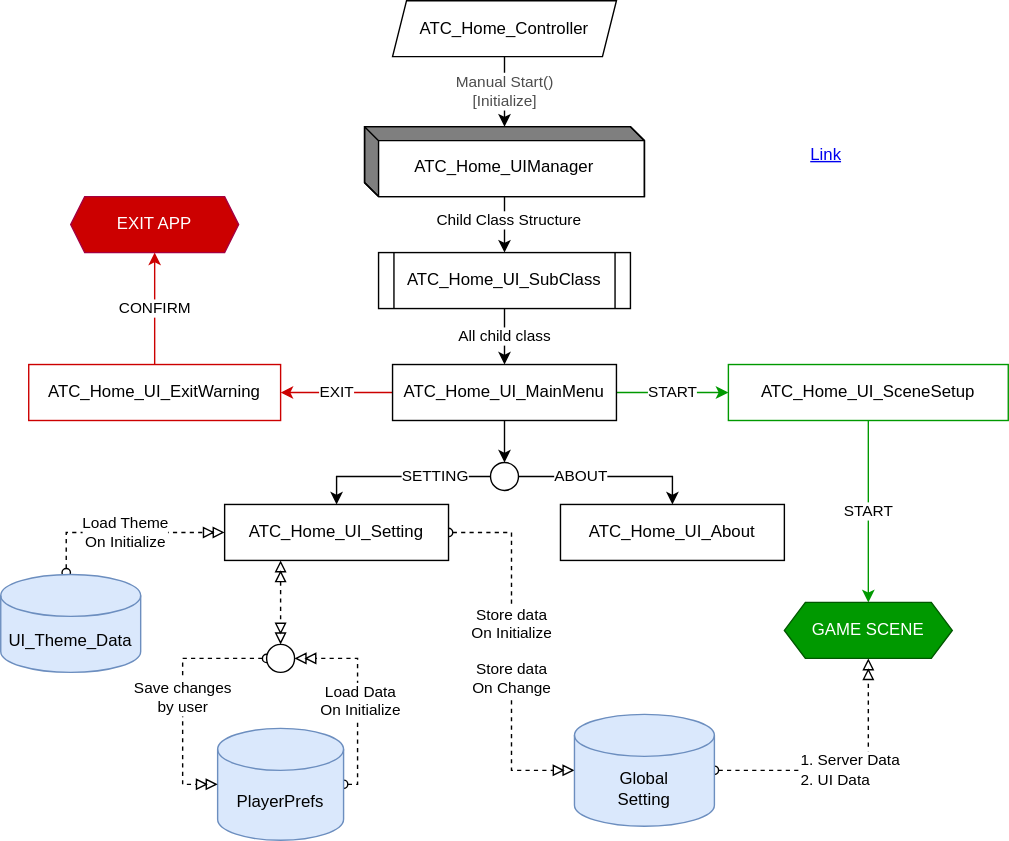
The draw.io diagram Assets/Script/ATC_Home/Flow_Chart.drawio.svg in sabbirahmedsr/BAF-ATC-Test-UI-Toolkit-Operator-URP-U.6.1, before a commit. Source tidied: cells renumbered, new cells last; positions are measured from the earlier drawing's top-left corner, leaving out a move shared by most shapes.
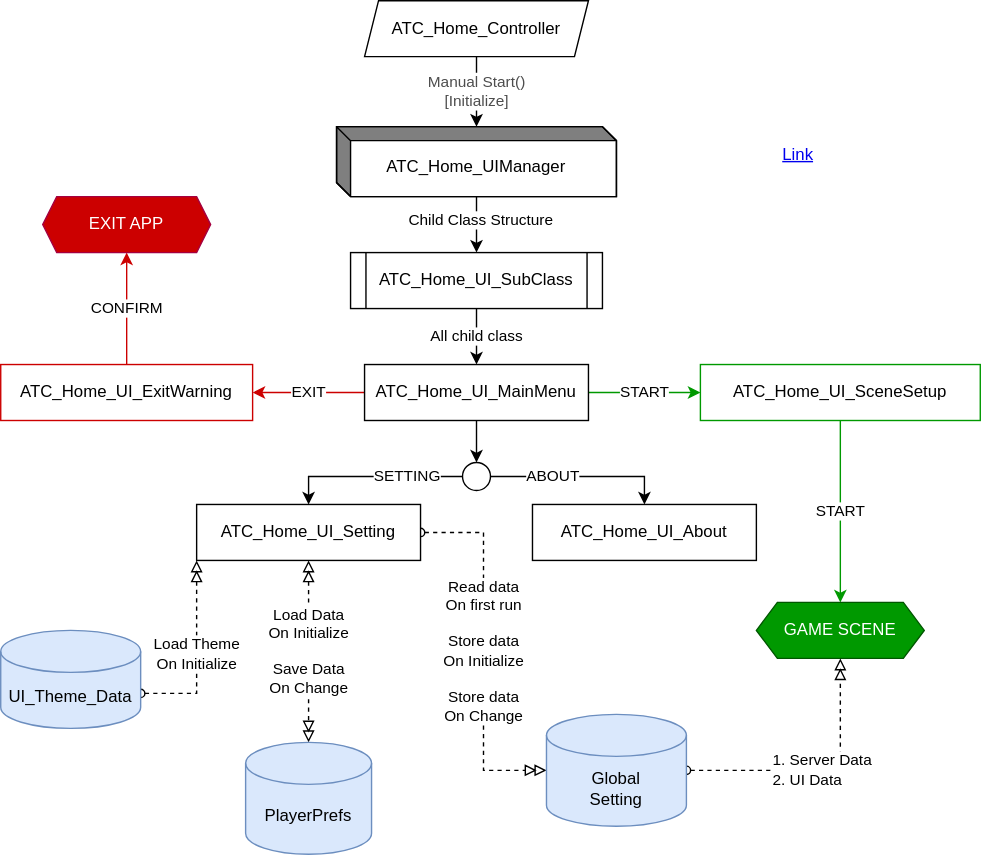
Above is the later version.

Change to the diagram source:
```diff
@@ -35,10 +35,10 @@
     <mxCell id="12" value="ATC_Home_UI_SceneSetup" style="rounded=0;whiteSpace=wrap;html=1;strokeColor=#009900;" parent="1" vertex="1">
       <mxGeometry x="520" y="260" width="200" height="40" as="geometry" />
     </mxCell>
-    <mxCell id="13" value="Store data&lt;div&gt;On Initialize&lt;/div&gt;&lt;div&gt;&lt;br&gt;&lt;/div&gt;&lt;div&gt;Store data&lt;/div&gt;&lt;div&gt;On Change&lt;/div&gt;" style="edgeStyle=elbowEdgeStyle;html=1;rounded=0;dashed=1;verticalAlign=middle;flowAnimation=0;startArrow=oval;startFill=0;endArrow=doubleBlock;endFill=0;" parent="1" edge="1" source="15" target="27">
+    <mxCell id="13" value="&lt;div&gt;Read data&lt;/div&gt;&lt;div&gt;On first run&lt;/div&gt;&lt;div&gt;&lt;br&gt;&lt;/div&gt;Store data&lt;div&gt;On Initialize&lt;/div&gt;&lt;div&gt;&lt;br&gt;&lt;/div&gt;&lt;div&gt;Store data&lt;/div&gt;&lt;div&gt;On Change&lt;/div&gt;" style="edgeStyle=elbowEdgeStyle;html=1;rounded=0;dashed=1;verticalAlign=middle;flowAnimation=0;startArrow=oval;startFill=0;endArrow=doubleBlock;endFill=0;" parent="1" edge="1" source="15" target="27">
       <mxGeometry relative="1" as="geometry" />
     </mxCell>
-    <mxCell id="14" style="edgeStyle=orthogonalEdgeStyle;shape=connector;curved=0;rounded=0;html=1;entryX=0.5;entryY=0;entryDx=0;entryDy=0;strokeColor=default;align=center;verticalAlign=middle;fontFamily=Helvetica;fontSize=11;fontColor=default;labelBackgroundColor=default;endArrow=doubleBlock;exitX=0.25;exitY=1;exitDx=0;exitDy=0;dashed=1;startArrow=doubleBlock;startFill=0;endFill=0;" parent="1" edge="1" source="15" target="32">
+    <mxCell id="14" value="Load Data&lt;div&gt;On Initialize&lt;/div&gt;&lt;div&gt;&lt;br&gt;&lt;/div&gt;&lt;div&gt;Save Data&lt;/div&gt;&lt;div&gt;On Change&lt;/div&gt;" style="edgeStyle=orthogonalEdgeStyle;shape=connector;curved=0;rounded=0;html=1;entryX=0.5;entryY=0;entryDx=0;entryDy=0;strokeColor=default;align=center;verticalAlign=middle;fontFamily=Helvetica;fontSize=11;fontColor=default;labelBackgroundColor=default;endArrow=doubleBlock;exitX=0.5;exitY=1;exitDx=0;exitDy=0;dashed=1;startArrow=doubleBlock;startFill=0;endFill=0;entryPerimeter=0;" parent="1" edge="1" source="15" target="30">
       <mxGeometry relative="1" as="geometry" />
     </mxCell>
     <mxCell id="15" value="ATC_Home_UI_Setting" style="rounded=0;whiteSpace=wrap;html=1;" parent="1" vertex="1">
@@ -80,34 +80,14 @@
     <mxCell id="27" value="Global&lt;div&gt;Setting&lt;/div&gt;" style="shape=cylinder3;whiteSpace=wrap;html=1;boundedLbl=1;backgroundOutline=1;size=15;fillColor=#dae8fc;strokeColor=#6c8ebf;verticalAlign=middle;" parent="1" vertex="1">
       <mxGeometry x="410" y="510" width="100" height="80" as="geometry" />
     </mxCell>
-    <mxCell id="28" style="edgeStyle=orthogonalEdgeStyle;html=1;entryX=1;entryY=0.5;entryDx=0;entryDy=0;exitX=1;exitY=0.5;exitDx=0;exitDy=0;exitPerimeter=0;rounded=0;elbow=vertical;horizontal=1;flowAnimation=0;dashed=1;startArrow=oval;startFill=0;endArrow=doubleBlock;endFill=0;verticalAlign=bottom;align=right;labelPosition=left;verticalLabelPosition=top;" parent="1" edge="1" source="30" target="32">
-      <mxGeometry relative="1" as="geometry" />
-    </mxCell>
-    <mxCell id="29" value="Load Data&lt;div&gt;On Initialize&lt;/div&gt;" style="edgeLabel;html=1;align=center;verticalAlign=bottom;" parent="28" vertex="1">
-      <mxGeometry x="-0.24" y="-1" relative="1" as="geometry" />
-    </mxCell>
     <mxCell id="30" value="PlayerPrefs" style="shape=cylinder3;whiteSpace=wrap;html=1;boundedLbl=1;backgroundOutline=1;size=15;fillColor=#dae8fc;strokeColor=#6c8ebf;" parent="1" vertex="1">
-      <mxGeometry x="155" y="520" width="90" height="80" as="geometry" />
+      <mxGeometry x="195" y="530" width="90" height="80" as="geometry" />
     </mxCell>
-    <mxCell id="31" value="&lt;span style=&quot;color: rgb(0, 0, 0);&quot;&gt;Save changes&lt;/span&gt;&lt;div&gt;&lt;span style=&quot;background-color: light-dark(#ffffff, var(--ge-dark-color, #121212));&quot;&gt;by user&lt;/span&gt;&lt;/div&gt;" style="edgeStyle=elbowEdgeStyle;shape=connector;rounded=0;html=1;entryX=0;entryY=0.5;entryDx=0;entryDy=0;entryPerimeter=0;strokeColor=default;align=center;verticalAlign=middle;fontFamily=Helvetica;fontSize=11;fontColor=default;labelBackgroundColor=default;endArrow=doubleBlock;jumpStyle=none;dashed=1;startArrow=oval;startFill=0;endFill=0;" parent="1" edge="1" source="32" target="30">
-      <mxGeometry relative="1" as="geometry">
-        <Array as="points">
-          <mxPoint x="130" y="530" />
-        </Array>
-      </mxGeometry>
-    </mxCell>
-    <mxCell id="32" style="shape=ellipse;html=1;dashed=0;whiteSpace=wrap;perimeter=ellipsePerimeter;fontFamily=Helvetica;fontSize=11;fontColor=default;labelBackgroundColor=default;" parent="1" vertex="1">
-      <mxGeometry x="190" y="460" width="20" height="20" as="geometry" />
-    </mxCell>
-    <mxCell id="33" value="Load Theme&lt;div&gt;On Initialize&lt;/div&gt;" style="shape=connector;rounded=0;html=1;strokeColor=default;align=center;verticalAlign=middle;fontFamily=Helvetica;fontSize=11;fontColor=default;labelBackgroundColor=default;endArrow=doubleBlock;exitX=0.468;exitY=-0.018;exitDx=0;exitDy=0;exitPerimeter=0;entryX=0;entryY=0.5;entryDx=0;entryDy=0;elbow=vertical;edgeStyle=elbowEdgeStyle;dashed=1;jumpStyle=none;startArrow=oval;startFill=0;endFill=0;" parent="1" edge="1" source="34" target="15">
-      <mxGeometry relative="1" as="geometry">
-        <Array as="points">
-          <mxPoint x="36" y="380" />
-        </Array>
-      </mxGeometry>
+    <mxCell id="33" value="Load Theme&lt;div&gt;On Initialize&lt;/div&gt;" style="shape=connector;rounded=0;html=1;strokeColor=default;align=center;verticalAlign=middle;fontFamily=Helvetica;fontSize=11;fontColor=default;labelBackgroundColor=default;endArrow=doubleBlock;exitX=1;exitY=0;exitDx=0;exitDy=45;exitPerimeter=0;entryX=0;entryY=1;entryDx=0;entryDy=0;elbow=vertical;edgeStyle=orthogonalEdgeStyle;dashed=1;jumpStyle=none;startArrow=oval;startFill=0;endFill=0;" parent="1" edge="1" source="34" target="15">
+      <mxGeometry relative="1" as="geometry" />
     </mxCell>
     <mxCell id="34" value="UI_Theme_Data" style="shape=cylinder3;whiteSpace=wrap;html=1;boundedLbl=1;backgroundOutline=1;size=15;fillColor=#dae8fc;strokeColor=#6c8ebf;verticalAlign=middle;" parent="1" vertex="1">
-      <mxGeometry y="410" width="100" height="70" as="geometry" />
+      <mxGeometry x="20" y="450" width="100" height="70" as="geometry" />
     </mxCell>
     <mxCell id="35" value="Link" style="text;html=1;strokeColor=none;fillColor=none;whiteSpace=wrap;align=center;verticalAlign=middle;fontColor=#0000EE;fontStyle=4;" parent="1" vertex="1">
       <mxGeometry x="560" y="90" width="60" height="40" as="geometry" />
```
